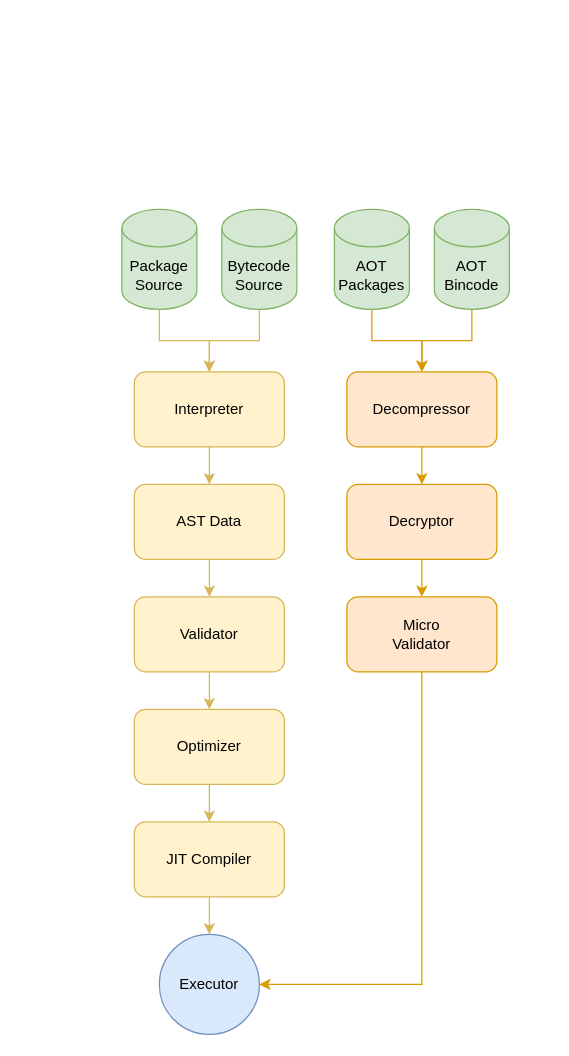
Above: research/InterpreterCompiler.drawio in MarioSieg/Corium (draw.io), before the change. Source tidied: cells renumbered, new cells numbered last; positions are measured from the earlier drawing's top-left corner, leaving out a move shared by most shapes. Both pictures are drawn from the tidied source at 125%, with x=0, y=0 at pixel (121, 209).
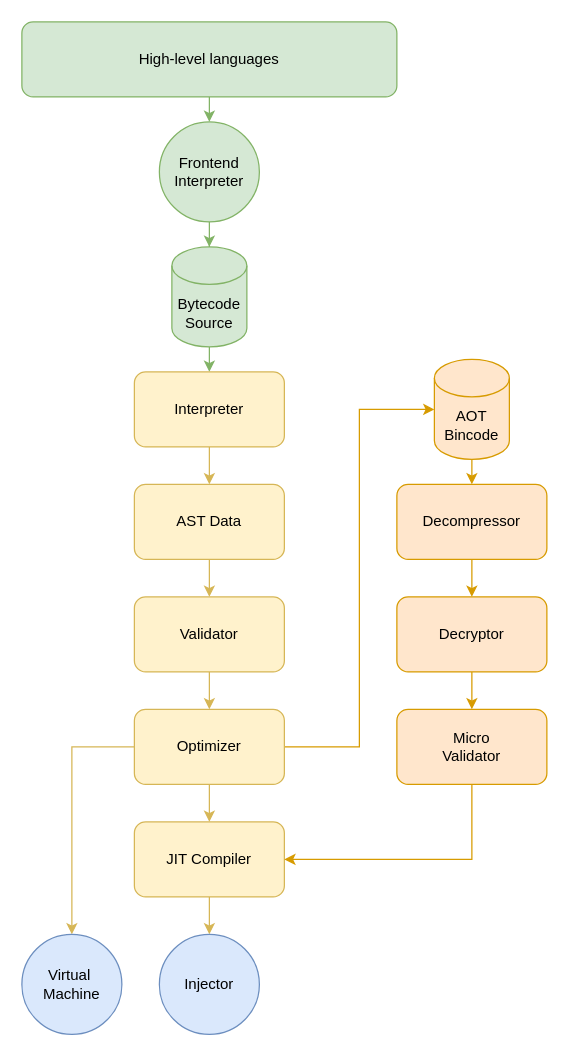
The same page after the edit.

The change refers to these unchanged cells:
```xml
<mxCell id="7" value="Interpreter" style="rounded=1;whiteSpace=wrap;html=1;fillColor=#fff2cc;strokeColor=#d6b656;" parent="1" vertex="1">
  <mxGeometry x="10" y="130" width="120" height="60" as="geometry" />
</mxCell>
<mxCell id="21" value="Optimizer" style="rounded=1;whiteSpace=wrap;html=1;fillColor=#fff2cc;strokeColor=#d6b656;" parent="1" vertex="1">
  <mxGeometry x="10" y="400" width="120" height="60" as="geometry" />
</mxCell>
<mxCell id="23" value="JIT Compiler" style="rounded=1;whiteSpace=wrap;html=1;fillColor=#fff2cc;strokeColor=#d6b656;" parent="1" vertex="1">
  <mxGeometry x="10" y="490" width="120" height="60" as="geometry" />
</mxCell>
```

Diff of the diagram source:
```diff
@@
-    <mxCell id="2" style="edgeStyle=orthogonalEdgeStyle;rounded=0;jettySize=auto;html=1;exitX=0.5;exitY=1;exitDx=0;exitDy=0;exitPerimeter=0;entryX=0.5;entryY=0;entryDx=0;entryDy=0;fillColor=#fff2cc;strokeColor=#d6b656;" parent="1" edge="1" source="3" target="7">
-      <mxGeometry relative="1" as="geometry" />
-    </mxCell>
-    <mxCell id="3" value="Package&lt;br&gt;Source" style="shape=cylinder3;whiteSpace=wrap;html=1;boundedLbl=1;backgroundOutline=1;size=15;fillColor=#d5e8d4;strokeColor=#82b366;" parent="1" vertex="1">
-      <mxGeometry width="60" height="80" as="geometry" />
-    </mxCell>
-    <mxCell id="4" style="edgeStyle=orthogonalEdgeStyle;rounded=0;jettySize=auto;html=1;exitX=0.5;exitY=1;exitDx=0;exitDy=0;exitPerimeter=0;entryX=0.5;entryY=0;entryDx=0;entryDy=0;fillColor=#fff2cc;strokeColor=#d6b656;" parent="1" edge="1" source="5" target="7">
+    <mxCell id="4" style="edgeStyle=orthogonalEdgeStyle;rounded=0;jettySize=auto;html=1;exitX=0.5;exitY=1;exitDx=0;exitDy=0;exitPerimeter=0;entryX=0.5;entryY=0;entryDx=0;entryDy=0;fillColor=#d5e8d4;strokeColor=#82b366;" parent="1" edge="1" source="5" target="7">
       <mxGeometry relative="1" as="geometry" />
     </mxCell>
     <mxCell id="5" value="Bytecode&lt;br&gt;Source" style="shape=cylinder3;whiteSpace=wrap;html=1;boundedLbl=1;backgroundOutline=1;size=15;fillColor=#d5e8d4;strokeColor=#82b366;" parent="1" vertex="1">
-      <mxGeometry x="80" width="60" height="80" as="geometry" />
+      <mxGeometry x="40" y="30" width="60" height="80" as="geometry" />
     </mxCell>
@@
-    <mxCell id="8" style="edgeStyle=orthogonalEdgeStyle;rounded=0;jettySize=auto;html=1;exitX=0.5;exitY=1;exitDx=0;exitDy=0;exitPerimeter=0;entryX=0.5;entryY=0;entryDx=0;entryDy=0;fillColor=#ffe6cc;strokeColor=#d79b00;" parent="1" edge="1" source="9" target="13">
-      <mxGeometry relative="1" as="geometry" />
-    </mxCell>
-    <mxCell id="9" value="AOT&lt;br&gt;Packages" style="shape=cylinder3;whiteSpace=wrap;html=1;boundedLbl=1;backgroundOutline=1;size=15;fillColor=#d5e8d4;strokeColor=#82b366;" parent="1" vertex="1">
-      <mxGeometry x="170" width="60" height="80" as="geometry" />
-    </mxCell>
@@
-    <mxCell id="11" value="AOT&lt;br&gt;Bincode" style="shape=cylinder3;whiteSpace=wrap;html=1;boundedLbl=1;backgroundOutline=1;size=15;fillColor=#d5e8d4;strokeColor=#82b366;" parent="1" vertex="1">
-      <mxGeometry x="250" width="60" height="80" as="geometry" />
+    <mxCell id="11" value="AOT&lt;br&gt;Bincode" style="shape=cylinder3;whiteSpace=wrap;html=1;boundedLbl=1;backgroundOutline=1;size=15;fillColor=#ffe6cc;strokeColor=#d79b00;" parent="1" vertex="1">
+      <mxGeometry x="250" y="120" width="60" height="80" as="geometry" />
     </mxCell>
@@
     <mxCell id="13" value="Decompressor" style="rounded=1;whiteSpace=wrap;html=1;fillColor=#ffe6cc;strokeColor=#d79b00;" parent="1" vertex="1">
-      <mxGeometry x="180" y="130" width="120" height="60" as="geometry" />
+      <mxGeometry x="220" y="220" width="120" height="60" as="geometry" />
     </mxCell>
@@
     <mxCell id="15" value="Decryptor" style="rounded=1;whiteSpace=wrap;html=1;fillColor=#ffe6cc;strokeColor=#d79b00;" parent="1" vertex="1">
-      <mxGeometry x="180" y="220" width="120" height="60" as="geometry" />
+      <mxGeometry x="220" y="310" width="120" height="60" as="geometry" />
     </mxCell>
@@
+    <mxCell id="27" style="edgeStyle=orthogonalEdgeStyle;rounded=0;jettySize=auto;html=1;entryX=0;entryY=0.5;entryDx=0;entryDy=0;entryPerimeter=0;fillColor=#ffe6cc;strokeColor=#d79b00;" parent="1" edge="1" source="21" target="11">
+      <mxGeometry relative="1" as="geometry" />
+    </mxCell>
+    <mxCell id="28" style="edgeStyle=orthogonalEdgeStyle;rounded=0;jettySize=auto;html=1;exitX=0;exitY=0.5;exitDx=0;exitDy=0;entryX=0.5;entryY=0;entryDx=0;entryDy=0;fillColor=#fff2cc;strokeColor=#d6b656;" parent="1" edge="1" source="21" target="34">
+      <mxGeometry relative="1" as="geometry" />
+    </mxCell>
@@
-    <mxCell id="24" style="edgeStyle=orthogonalEdgeStyle;rounded=0;jettySize=auto;html=1;entryX=1;entryY=0.5;entryDx=0;entryDy=0;fillColor=#ffe6cc;strokeColor=#d79b00;exitX=0.5;exitY=1;exitDx=0;exitDy=0;" parent="1" edge="1" source="25" target="26">
-      <mxGeometry relative="1" as="geometry">
-        <Array as="points">
-          <mxPoint x="240" y="620" />
-        </Array>
-      </mxGeometry>
-    </mxCell>
+    <mxCell id="29" style="edgeStyle=orthogonalEdgeStyle;rounded=0;jettySize=auto;html=1;exitX=0.5;exitY=1;exitDx=0;exitDy=0;entryX=1;entryY=0.5;entryDx=0;entryDy=0;fillColor=#ffe6cc;strokeColor=#d79b00;" parent="1" edge="1" source="25" target="23">
+      <mxGeometry relative="1" as="geometry" />
+    </mxCell>
     <mxCell id="25" value="Micro&lt;br&gt;Validator" style="rounded=1;whiteSpace=wrap;html=1;fillColor=#ffe6cc;strokeColor=#d79b00;" parent="1" vertex="1">
-      <mxGeometry x="180" y="310" width="120" height="60" as="geometry" />
+      <mxGeometry x="220" y="400" width="120" height="60" as="geometry" />
     </mxCell>
-    <mxCell id="26" value="Executor" style="ellipse;whiteSpace=wrap;html=1;fillColor=#dae8fc;strokeColor=#6c8ebf;" parent="1" vertex="1">
+    <mxCell id="26" value="Injector" style="ellipse;whiteSpace=wrap;html=1;fillColor=#dae8fc;strokeColor=#6c8ebf;" parent="1" vertex="1">
       <mxGeometry x="30" y="580" width="80" height="80" as="geometry" />
     </mxCell>
+    <mxCell id="30" style="edgeStyle=orthogonalEdgeStyle;rounded=0;jettySize=auto;html=1;exitX=0.5;exitY=1;exitDx=0;exitDy=0;entryX=0.5;entryY=0;entryDx=0;entryDy=0;fillColor=#d5e8d4;strokeColor=#82b366;" parent="1" edge="1" source="31" target="33">
+      <mxGeometry relative="1" as="geometry" />
+    </mxCell>
+    <mxCell id="31" value="High-level languages" style="rounded=1;whiteSpace=wrap;html=1;fillColor=#d5e8d4;strokeColor=#82b366;" parent="1" vertex="1">
+      <mxGeometry x="-80" y="-150" width="300" height="60" as="geometry" />
+    </mxCell>
+    <mxCell id="32" style="edgeStyle=orthogonalEdgeStyle;rounded=0;jettySize=auto;html=1;fillColor=#d5e8d4;strokeColor=#82b366;" parent="1" edge="1" source="33" target="5">
+      <mxGeometry relative="1" as="geometry" />
+    </mxCell>
+    <mxCell id="33" value="Frontend&lt;br&gt;Interpreter" style="ellipse;whiteSpace=wrap;html=1;fillColor=#d5e8d4;strokeColor=#82b366;" parent="1" vertex="1">
+      <mxGeometry x="30" y="-70" width="80" height="80" as="geometry" />
+    </mxCell>
+    <mxCell id="34" value="Virtual&amp;nbsp;&lt;br&gt;Machine" style="ellipse;whiteSpace=wrap;html=1;fillColor=#dae8fc;strokeColor=#6c8ebf;" parent="1" vertex="1">
+      <mxGeometry x="-80" y="580" width="80" height="80" as="geometry" />
+    </mxCell>
```
